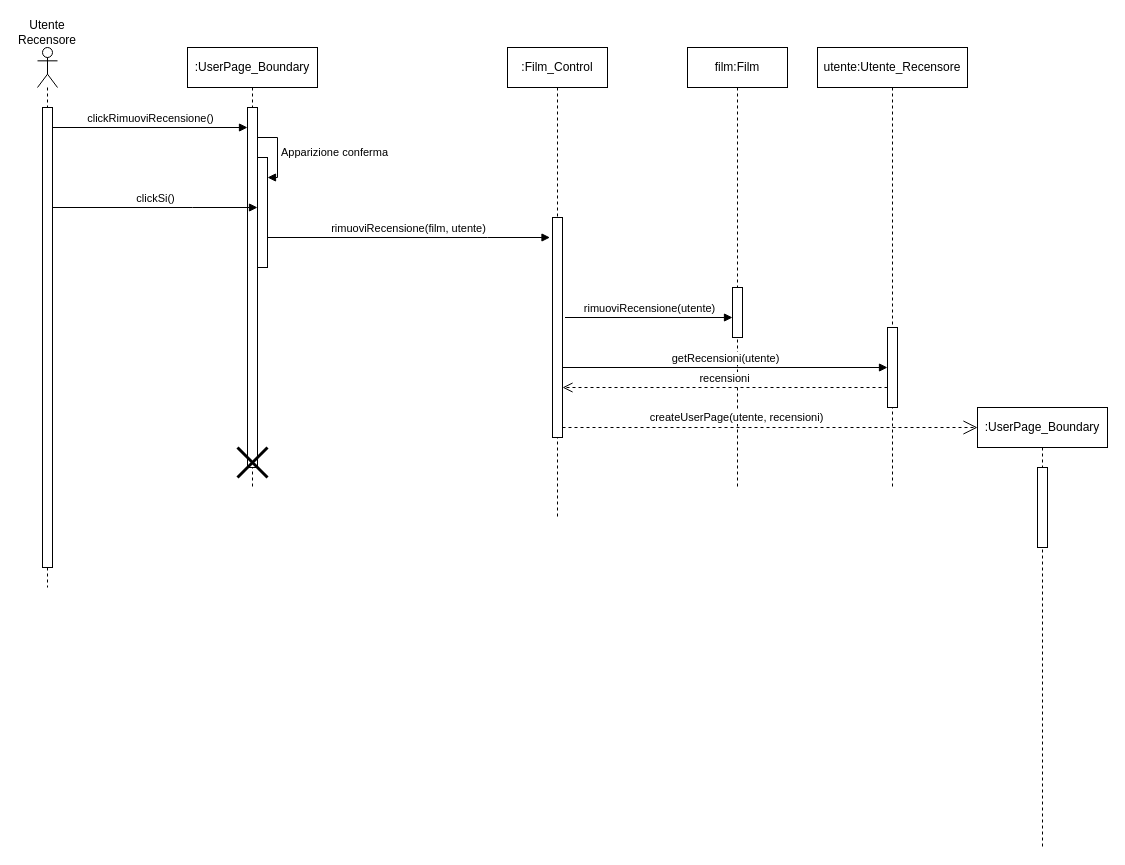
Earlier version of the draw.io diagram New Diagrams/Sequence Diagrams/UC16 Rimozione di una recensione.drawio (superfra01/Rated). Source tidied: cells renumbered, new cells numbered last; positions are measured from the earlier drawing's top-left corner, leaving out a move shared by most shapes. Both pictures are drawn from the tidied source at 100%, with x=0, y=0 at pixel (17, 17).
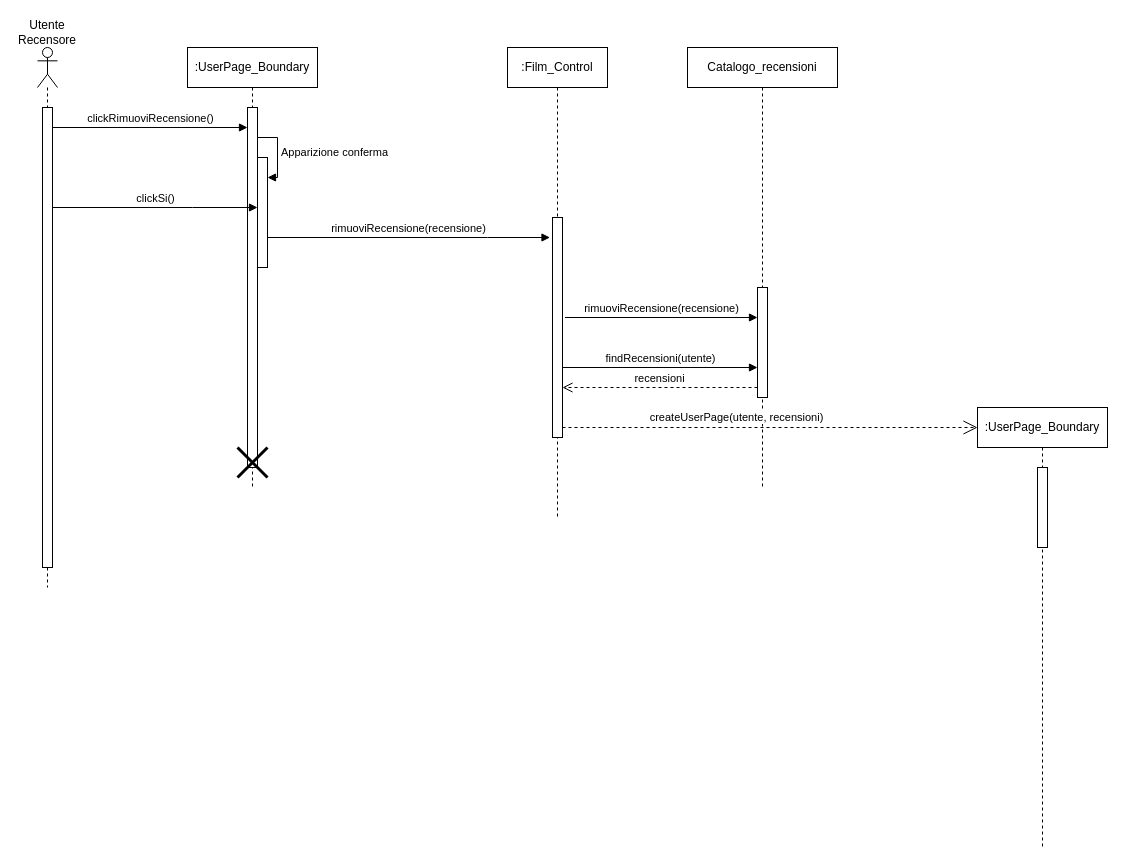
The same page after the edit.

Unchanged cells that the change refers to:
```xml
<mxCell id="7" style="html=1;points=[[0,0,0,0,5],[0,1,0,0,-5],[1,0,0,0,5],[1,1,0,0,-5]];perimeter=orthogonalPerimeter;outlineConnect=0;targetShapes=umlLifeline;portConstraint=eastwest;newEdgeStyle={&quot;curved&quot;:0,&quot;rounded&quot;:0};" parent="5" vertex="1">
  <mxGeometry x="70" y="110" width="10" height="110" as="geometry" />
</mxCell>
```

What changed in the source:
```diff
@@
-    <mxCell id="11" value="film:Film" style="shape=umlLifeline;perimeter=lifelinePerimeter;whiteSpace=wrap;html=1;newEdgeStyle={&quot;curved&quot;:0,&quot;rounded&quot;:0};" parent="1" vertex="1">
-      <mxGeometry x="670" y="30" width="100" height="440" as="geometry" />
+    <mxCell id="11" value="Catalogo_recensioni" style="shape=umlLifeline;perimeter=lifelinePerimeter;whiteSpace=wrap;html=1;newEdgeStyle={&quot;curved&quot;:0,&quot;rounded&quot;:0};" parent="1" vertex="1">
+      <mxGeometry x="670" y="30" width="150" height="440" as="geometry" />
     </mxCell>
     <mxCell id="12" style="html=1;points=[[0,0,0,0,5],[0,1,0,0,-5],[1,0,0,0,5],[1,1,0,0,-5]];perimeter=orthogonalPerimeter;outlineConnect=0;targetShapes=umlLifeline;portConstraint=eastwest;newEdgeStyle={&quot;curved&quot;:0,&quot;rounded&quot;:0};" parent="11" vertex="1">
-      <mxGeometry x="45" y="240" width="10" height="50" as="geometry" />
+      <mxGeometry x="70" y="240" width="10" height="110" as="geometry" />
     </mxCell>
@@
-    <mxCell id="16" value="rimuoviRecensione(film, utente)" style="html=1;verticalAlign=bottom;endArrow=block;curved=0;rounded=0;" parent="1" edge="1" source="7">
+    <mxCell id="16" value="rimuoviRecensione(recensione)" style="html=1;verticalAlign=bottom;endArrow=block;curved=0;rounded=0;" parent="1" edge="1" source="7">
       <mxGeometry relative="1" as="geometry">
         <mxPoint x="532.5" y="220" as="targetPoint" />
         <Array as="points">
           <mxPoint x="470" y="220" />
         </Array>
       </mxGeometry>
     </mxCell>
-    <mxCell id="17" value="rimuoviRecensione(utente)" style="html=1;verticalAlign=bottom;endArrow=block;curved=0;rounded=0;" parent="1" edge="1" target="12">
+    <mxCell id="17" value="rimuoviRecensione(recensione)" style="html=1;verticalAlign=bottom;endArrow=block;curved=0;rounded=0;" parent="1" edge="1" target="12">
       <mxGeometry relative="1" as="geometry">
         <mxPoint x="547.5" y="300" as="sourcePoint" />
       </mxGeometry>
     </mxCell>
-    <mxCell id="18" value="utente:Utente_Recensore" style="shape=umlLifeline;perimeter=lifelinePerimeter;whiteSpace=wrap;html=1;newEdgeStyle={&quot;curved&quot;:0,&quot;rounded&quot;:0};" parent="1" vertex="1">
-      <mxGeometry x="800" y="30" width="150" height="440" as="geometry" />
-    </mxCell>
-    <mxCell id="19" style="html=1;perimeter=orthogonalPerimeter;targetShapes=umlLifeline;newEdgeStyle={&quot;curved&quot;:0,&quot;rounded&quot;:0};" parent="18" vertex="1">
-      <mxGeometry x="70" y="280" width="10" height="80" as="geometry" />
-    </mxCell>
-    <mxCell id="20" value="getRecensioni(utente)" style="html=1;verticalAlign=bottom;endArrow=block;curved=0;rounded=0;" parent="1" edge="1">
+    <mxCell id="20" value="findRecensioni(utente)" style="html=1;verticalAlign=bottom;endArrow=block;curved=0;rounded=0;" parent="1" edge="1" target="12">
       <mxGeometry relative="1" as="geometry">
         <mxPoint x="545" y="350" as="sourcePoint" />
-        <mxPoint x="870" y="350" as="targetPoint" />
       </mxGeometry>
     </mxCell>
-    <mxCell id="21" value="recensioni" style="html=1;verticalAlign=bottom;endArrow=open;dashed=1;endSize=8;curved=0;rounded=0;" parent="1" edge="1">
+    <mxCell id="21" value="recensioni" style="html=1;verticalAlign=bottom;endArrow=open;dashed=1;endSize=8;curved=0;rounded=0;" parent="1" edge="1" source="12">
       <mxGeometry relative="1" as="geometry">
-        <mxPoint x="870" y="370" as="sourcePoint" />
         <mxPoint x="545" y="370" as="targetPoint" />
       </mxGeometry>
     </mxCell>
```
